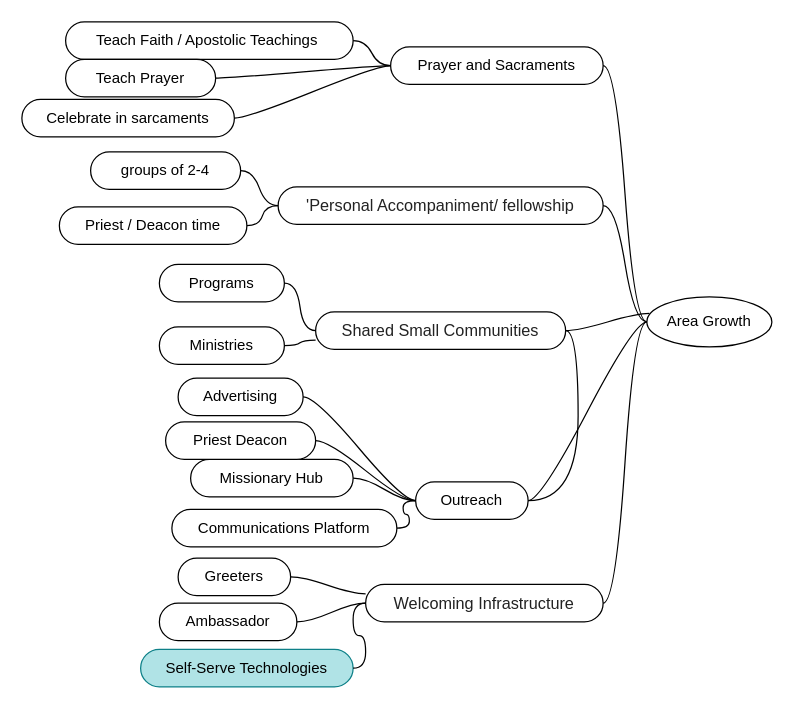
The draw.io diagram page "Main" (1 of 3) of .github/MindMap.drawio in Jeffrey-Fisher-GitHub/Missionary_Hub, before the edit. Source tidied: cells renumbered, new cells numbered last; positions are measured from the earlier drawing's top-left corner, leaving out a move shared by most shapes. Both pictures are drawn from the tidied source at 125%, with x=0, y=0 at pixel (21, 21).
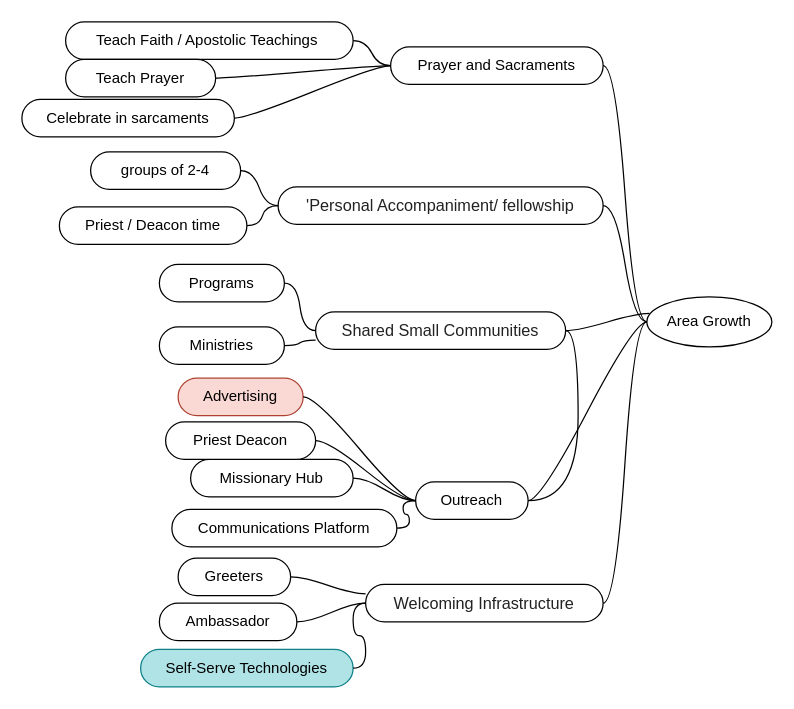
The same page after the edit.

Change to the diagram source:
```diff
@@
-    <mxCell id="38" value="Advertising" style="whiteSpace=wrap;html=1;rounded=1;arcSize=50;align=center;verticalAlign=middle;strokeWidth=1;spacing=4;newEdgeStyle={&quot;edgeStyle&quot;:&quot;entityRelationEdgeStyle&quot;,&quot;startArrow&quot;:&quot;none&quot;,&quot;endArrow&quot;:&quot;none&quot;,&quot;segment&quot;:10,&quot;curved&quot;:1,&quot;sourcePerimeterSpacing&quot;:0,&quot;targetPerimeterSpacing&quot;:0};" parent="1" vertex="1">
+    <mxCell id="38" value="Advertising" style="whiteSpace=wrap;html=1;rounded=1;arcSize=50;align=center;verticalAlign=middle;strokeWidth=1;spacing=4;newEdgeStyle={&quot;edgeStyle&quot;:&quot;entityRelationEdgeStyle&quot;,&quot;startArrow&quot;:&quot;none&quot;,&quot;endArrow&quot;:&quot;none&quot;,&quot;segment&quot;:10,&quot;curved&quot;:1,&quot;sourcePerimeterSpacing&quot;:0,&quot;targetPerimeterSpacing&quot;:0};fillColor=#fad9d5;strokeColor=#ae4132;" parent="1" vertex="1">
       <mxGeometry x="125" y="285" width="100" height="30" as="geometry" />
     </mxCell>
```
